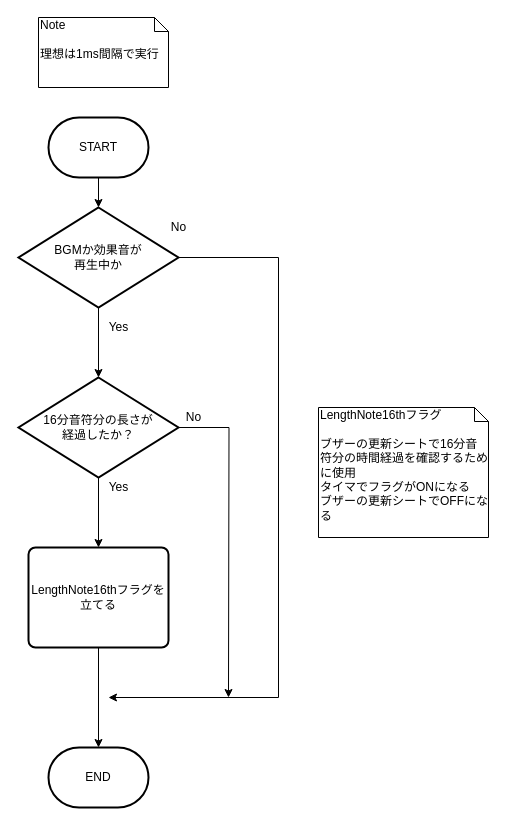
This is page "タイマー" (5 of 5) of 資料/設計書/フローチャート/モグラ叩き_Buzzer.drawio from hakohumi/comp.train.whack-a-mole, a draw.io file, before an edit. Source tidied: cells renumbered, new cells numbered last; positions are measured from the earlier drawing's top-left corner, leaving out a move shared by most shapes. Both pictures are drawn from the tidied source at 100%, with x=0, y=0 at pixel (18, 17).
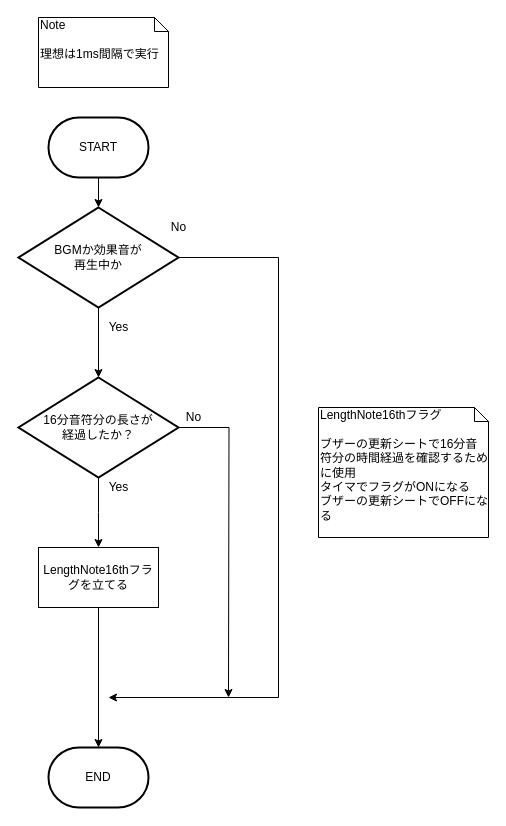
The same page after the edit.

Unchanged cells that the change refers to:
```xml
<mxCell id="5" value="END" style="strokeWidth=2;html=1;shape=mxgraph.flowchart.terminator;whiteSpace=wrap;" parent="1" vertex="1">
  <mxGeometry x="30" y="730" width="100" height="60" as="geometry" />
</mxCell>
<mxCell id="13" value="16分音符分の長さが&lt;br&gt;経過したか？" style="strokeWidth=2;html=1;shape=mxgraph.flowchart.decision;whiteSpace=wrap;" parent="1" vertex="1">
  <mxGeometry y="360" width="160" height="100" as="geometry" />
</mxCell>
```

Diff of the diagram source:
```diff
@@
-    <mxCell id="9" style="edgeStyle=orthogonalEdgeStyle;rounded=0;jettySize=auto;html=1;" parent="1" edge="1" source="10" target="5">
+    <mxCell id="9" style="edgeStyle=orthogonalEdgeStyle;rounded=0;jettySize=auto;html=1;exitX=0.5;exitY=1;exitDx=0;exitDy=0;" parent="1" edge="1" source="10" target="5">
       <mxGeometry relative="1" as="geometry" />
     </mxCell>
-    <mxCell id="10" value="LengthNote16thフラグを立てる" style="rounded=1;whiteSpace=wrap;html=1;absoluteArcSize=1;arcSize=14;strokeWidth=2;" parent="1" vertex="1">
-      <mxGeometry x="10" y="530" width="140" height="100" as="geometry" />
-    </mxCell>
-    <mxCell id="11" style="edgeStyle=orthogonalEdgeStyle;rounded=0;jettySize=auto;html=1;" parent="1" edge="1" source="13" target="10">
-      <mxGeometry relative="1" as="geometry" />
+    <mxCell id="11" style="edgeStyle=orthogonalEdgeStyle;rounded=0;jettySize=auto;html=1;" parent="1" edge="1" source="13">
+      <mxGeometry relative="1" as="geometry">
+        <mxPoint x="80" y="530" as="targetPoint" />
+      </mxGeometry>
     </mxCell>
@@
+    <mxCell id="10" value="&lt;span&gt;LengthNote16thフラグを立てる&lt;/span&gt;" style="rounded=0;whiteSpace=wrap;html=1;" parent="1" vertex="1">
+      <mxGeometry x="20" y="530" width="120" height="60" as="geometry" />
+    </mxCell>
```
